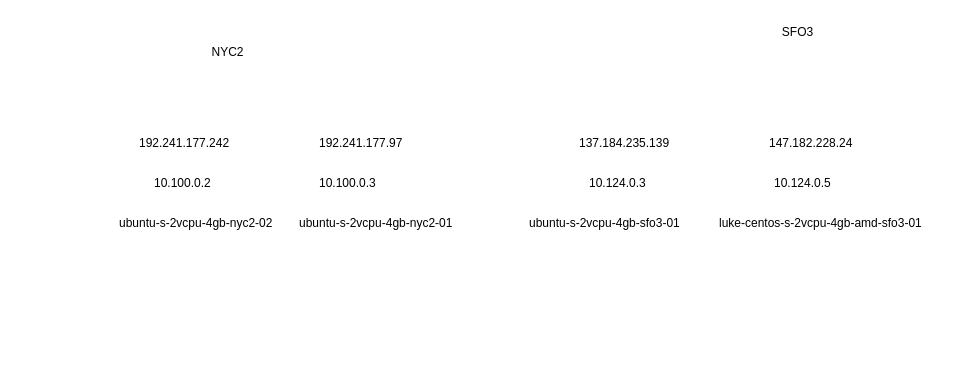
This is 未命名绘图.drawio from fushuang001/ACI, a draw.io file, before an edit. Source tidied: cells renumbered, new cells numbered last; positions are measured from the earlier drawing's top-left corner, leaving out a move shared by most shapes. Both pictures are drawn from the tidied source at 100%, with x=0, y=0 at pixel (117, 17).
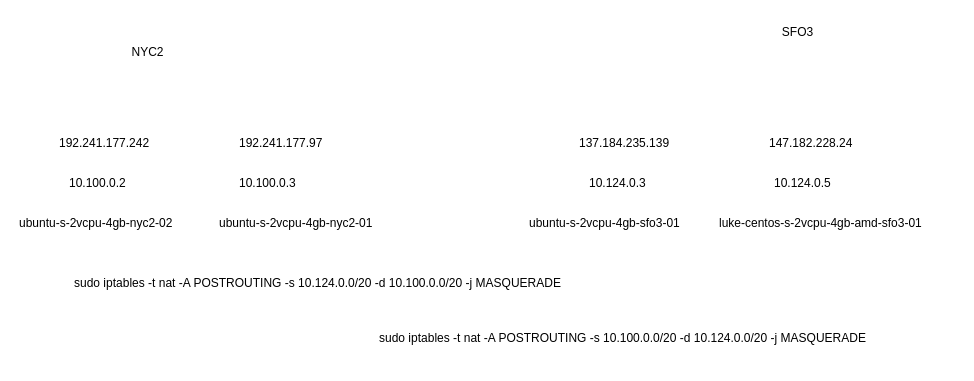
After the change.

Commit message:
更新未命名绘图.drawio

Diff of the diagram source:
```diff
@@
 <mxGraphModel>
   <root>
     <mxCell id="0" />
     <mxCell id="1" parent="0" />
     <mxCell id="2" value="10.100.0.2" style="text;whiteSpace=wrap;" parent="1" vertex="1">
-      <mxGeometry x="35" y="152" width="90" height="40" as="geometry" />
+      <mxGeometry x="-50" y="152" width="90" height="40" as="geometry" />
     </mxCell>
     <mxCell id="3" value="192.241.177.242" style="text;whiteSpace=wrap;" parent="1" vertex="1">
-      <mxGeometry x="20" y="112" width="120" height="40" as="geometry" />
+      <mxGeometry x="-60" y="112" width="120" height="40" as="geometry" />
     </mxCell>
     <mxCell id="4" value="NYC2" style="text;html=1;align=center;verticalAlign=middle;strokeColor=none;fillColor=none;" parent="1" vertex="1">
-      <mxGeometry x="80" y="20" width="60" height="30" as="geometry" />
+      <mxGeometry y="20" width="60" height="30" as="geometry" />
     </mxCell>
     <mxCell id="5" value="192.241.177.97" style="text;whiteSpace=wrap;" parent="1" vertex="1">
-      <mxGeometry x="200" y="112" width="120" height="40" as="geometry" />
+      <mxGeometry x="120" y="112" width="120" height="40" as="geometry" />
     </mxCell>
     <mxCell id="6" value="10.100.0.3" style="text;whiteSpace=wrap;" parent="1" vertex="1">
-      <mxGeometry x="200" y="152" width="90" height="40" as="geometry" />
+      <mxGeometry x="120" y="152" width="90" height="40" as="geometry" />
     </mxCell>
     <mxCell id="7" value="SFO3" style="text;html=1;align=center;verticalAlign=middle;strokeColor=none;fillColor=none;" parent="1" vertex="1">
       <mxGeometry x="655" width="50" height="30" as="geometry" />
     </mxCell>
     <mxCell id="8" value="137.184.235.139" style="text;whiteSpace=wrap;" parent="1" vertex="1">
       <mxGeometry x="460" y="112" width="120" height="40" as="geometry" />
     </mxCell>
     <mxCell id="9" value="10.124.0.3" style="text;whiteSpace=wrap;" parent="1" vertex="1">
       <mxGeometry x="470" y="152" width="90" height="40" as="geometry" />
     </mxCell>
     <mxCell id="10" value="147.182.228.24" style="text;whiteSpace=wrap;" parent="1" vertex="1">
       <mxGeometry x="650" y="112" width="120" height="40" as="geometry" />
     </mxCell>
     <mxCell id="11" value="10.124.0.5" style="text;whiteSpace=wrap;" parent="1" vertex="1">
       <mxGeometry x="655" y="152" width="90" height="40" as="geometry" />
     </mxCell>
     <mxCell id="12" value="ubuntu-s-2vcpu-4gb-nyc2-02" style="text;whiteSpace=wrap;" parent="1" vertex="1">
-      <mxGeometry y="192" width="190" height="40" as="geometry" />
+      <mxGeometry x="-100" y="192" width="190" height="40" as="geometry" />
     </mxCell>
     <mxCell id="13" value="ubuntu-s-2vcpu-4gb-nyc2-01" style="text;whiteSpace=wrap;" parent="1" vertex="1">
-      <mxGeometry x="180" y="192" width="190" height="40" as="geometry" />
+      <mxGeometry x="100" y="192" width="190" height="40" as="geometry" />
     </mxCell>
     <mxCell id="14" value="ubuntu-s-2vcpu-4gb-sfo3-01" style="text;whiteSpace=wrap;" parent="1" vertex="1">
       <mxGeometry x="410" y="192" width="180" height="40" as="geometry" />
     </mxCell>
     <mxCell id="15" value="luke-centos-s-2vcpu-4gb-amd-sfo3-01" style="text;whiteSpace=wrap;" parent="1" vertex="1">
       <mxGeometry x="600" y="192" width="240" height="40" as="geometry" />
     </mxCell>
+    <mxCell id="16" value="sudo iptables -t nat -A POSTROUTING -s 10.100.0.0/20 -d 10.124.0.0/20 -j MASQUERADE" style="text;whiteSpace=wrap;" parent="1" vertex="1">
+      <mxGeometry x="260" y="307" width="520" height="40" as="geometry" />
+    </mxCell>
+    <mxCell id="17" value="sudo iptables -t nat -A POSTROUTING -s 10.124.0.0/20 -d 10.100.0.0/20 -j MASQUERADE" style="text;whiteSpace=wrap;" parent="1" vertex="1">
+      <mxGeometry x="-45" y="252" width="520" height="40" as="geometry" />
+    </mxCell>
   </root>
 </mxGraphModel>
```
